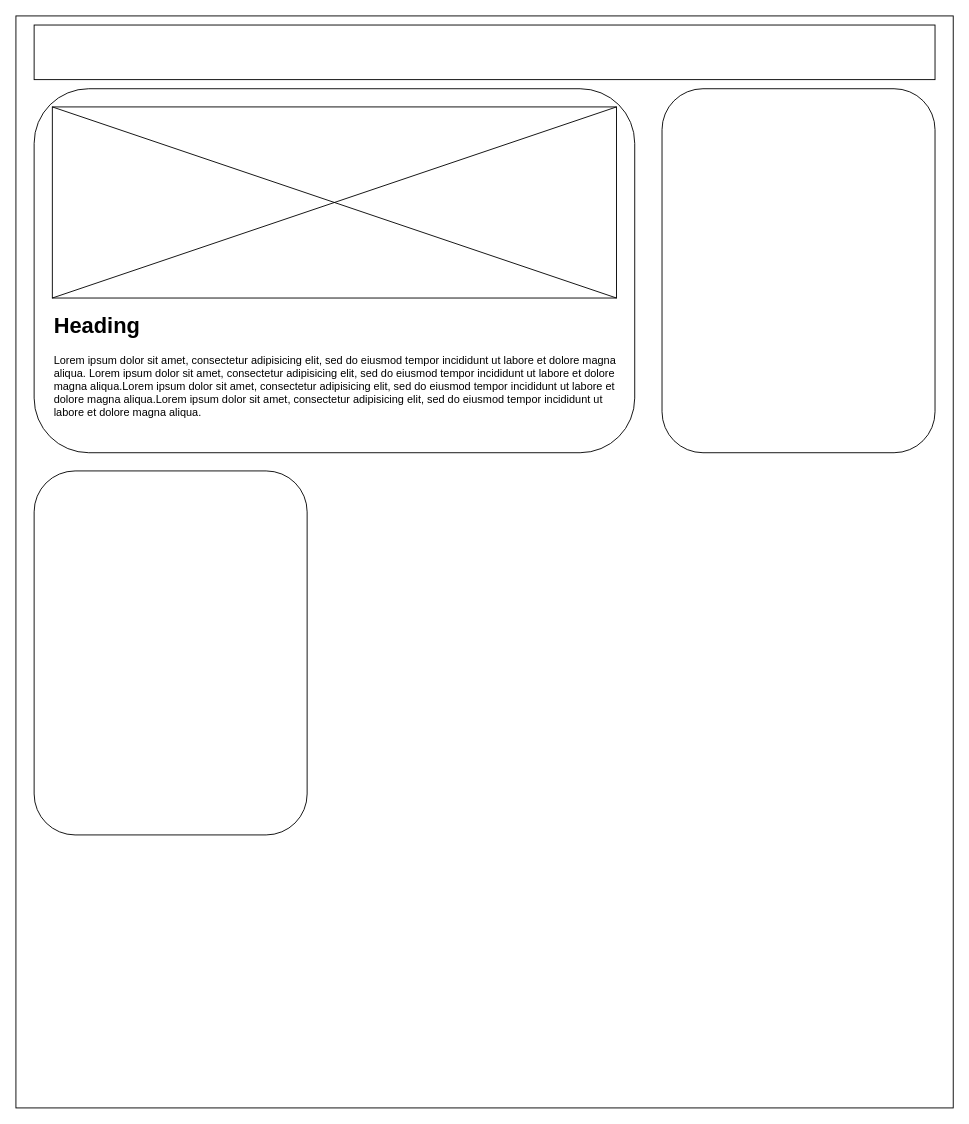
Before: docs/wireframes responsive.drawio in ThiessetFabien/ThiessetFabien.github.io, a draw.io diagram. Source tidied: cells renumbered, new cells numbered last; positions are measured from the earlier drawing's top-left corner, leaving out a move shared by most shapes. Both pictures are drawn from the tidied source at 91%, with x=0, y=0 at pixel (15, 15).
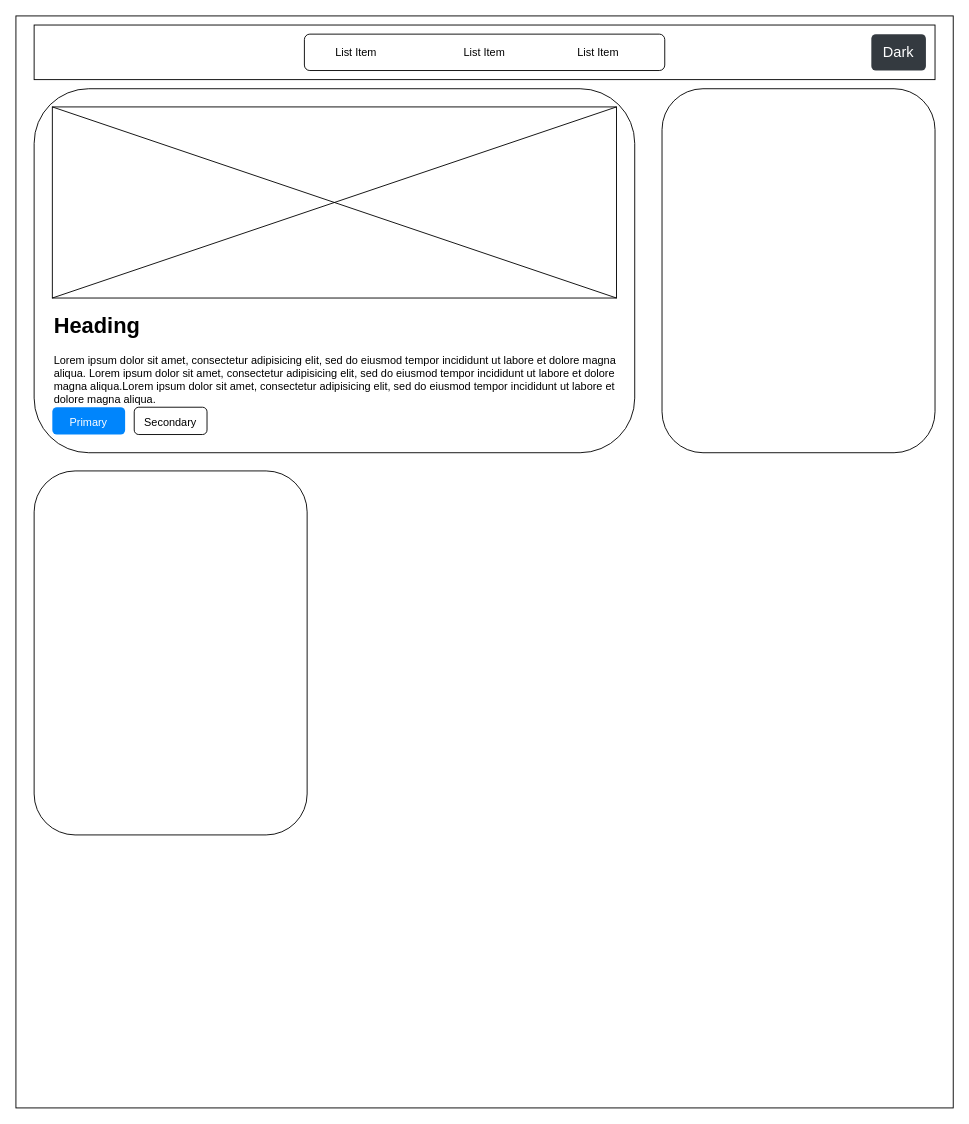
The same page after the edit.

What changed in the source:
```diff
@@
 <mxGraphModel>
   <root>
     <mxCell id="0" />
     <mxCell id="1" parent="0" />
     <mxCell id="2" style="rounded=0;whiteSpace=wrap;html=1;" parent="1" vertex="1">
       <mxGeometry width="1030" height="1200" as="geometry" />
     </mxCell>
     <mxCell id="3" style="rounded=1;whiteSpace=wrap;html=1;" parent="1" vertex="1">
       <mxGeometry x="20" y="80" width="660" height="400" as="geometry" />
     </mxCell>
     <mxCell id="4" style="rounded=1;whiteSpace=wrap;html=1;" parent="1" vertex="1">
       <mxGeometry x="20" y="500" width="300" height="400" as="geometry" />
     </mxCell>
     <mxCell id="5" style="rounded=1;whiteSpace=wrap;html=1;" parent="1" vertex="1">
       <mxGeometry x="710" y="80" width="300" height="400" as="geometry" />
     </mxCell>
     <mxCell id="6" style="rounded=0;whiteSpace=wrap;html=1;" parent="1" vertex="1">
       <mxGeometry x="20" y="10" width="990" height="60" as="geometry" />
     </mxCell>
-    <mxCell id="7" value="&lt;h1 style=&quot;margin-top: 0px;&quot;&gt;Heading&lt;/h1&gt;&lt;p&gt;Lorem ipsum dolor sit amet, consectetur adipisicing elit, sed do eiusmod tempor incididunt ut labore et dolore magna aliqua.&amp;nbsp;&lt;span style=&quot;background-color: initial;&quot;&gt;Lorem ipsum dolor sit amet, consectetur adipisicing elit, sed do eiusmod tempor incididunt ut labore et dolore magna aliqua.&lt;/span&gt;&lt;span style=&quot;background-color: initial;&quot;&gt;Lorem ipsum dolor sit amet, consectetur adipisicing elit, sed do eiusmod tempor incididunt ut labore et dolore magna aliqua.&lt;/span&gt;&lt;span style=&quot;background-color: initial;&quot;&gt;Lorem ipsum dolor sit amet, consectetur adipisicing elit, sed do eiusmod tempor incididunt ut labore et dolore magna aliqua.&lt;/span&gt;&lt;/p&gt;" style="text;html=1;whiteSpace=wrap;overflow=hidden;rounded=0;" parent="1" vertex="1">
-      <mxGeometry x="40" y="320" width="620" height="120" as="geometry" />
+    <mxCell id="7" value="&lt;h1 style=&quot;margin-top: 0px;&quot;&gt;Heading&lt;/h1&gt;&lt;p&gt;Lorem ipsum dolor sit amet, consectetur adipisicing elit, sed do eiusmod tempor incididunt ut labore et dolore magna aliqua.&amp;nbsp;&lt;span style=&quot;background-color: initial;&quot;&gt;Lorem ipsum dolor sit amet, consectetur adipisicing elit, sed do eiusmod tempor incididunt ut labore et dolore magna aliqua.&lt;/span&gt;&lt;span style=&quot;background-color: initial;&quot;&gt;Lorem ipsum dolor sit amet, consectetur adipisicing elit, sed do eiusmod tempor incididunt ut labore et dolore magna aliqua.&lt;/span&gt;&lt;/p&gt;" style="text;html=1;whiteSpace=wrap;overflow=hidden;rounded=0;" parent="1" vertex="1">
+      <mxGeometry x="40" y="320" width="620" height="110" as="geometry" />
     </mxCell>
     <mxCell id="8" style="whiteSpace=wrap;html=1;" parent="1" vertex="1">
       <mxGeometry x="40" y="100" width="620" height="210" as="geometry" />
     </mxCell>
     <mxCell id="9" style="endArrow=none;html=1;rounded=0;entryX=1;entryY=0;entryDx=0;entryDy=0;exitX=0;exitY=1;exitDx=0;exitDy=0;" parent="1" edge="1" source="8" target="8">
       <mxGeometry relative="1" as="geometry" />
     </mxCell>
     <mxCell id="10" style="endArrow=none;html=1;rounded=0;entryX=1;entryY=1;entryDx=0;entryDy=0;exitX=0;exitY=0;exitDx=0;exitDy=0;" parent="1" edge="1" source="8" target="8">
       <mxGeometry relative="1" as="geometry" />
     </mxCell>
+    <mxCell id="11" style="rounded=1;whiteSpace=wrap;html=1;" parent="1" vertex="1">
+      <mxGeometry x="317" y="20" width="396" height="40" as="geometry" />
+    </mxCell>
+    <mxCell id="12" value="List Item" style="text;strokeColor=none;fillColor=none;align=center;verticalAlign=middle;spacingLeft=4;spacingRight=4;overflow=hidden;whiteSpace=wrap;html=1;" parent="1" vertex="1">
+      <mxGeometry x="334" y="25" width="80" height="30" as="geometry" />
+    </mxCell>
+    <mxCell id="13" value="List Item" style="text;strokeColor=none;fillColor=none;align=center;verticalAlign=middle;spacingLeft=4;spacingRight=4;overflow=hidden;whiteSpace=wrap;html=1;" parent="1" vertex="1">
+      <mxGeometry x="475" y="25" width="80" height="30" as="geometry" />
+    </mxCell>
+    <mxCell id="14" value="List Item" style="text;strokeColor=none;fillColor=none;align=center;verticalAlign=middle;spacingLeft=4;spacingRight=4;overflow=hidden;whiteSpace=wrap;html=1;" parent="1" vertex="1">
+      <mxGeometry x="600" y="25" width="80" height="30" as="geometry" />
+    </mxCell>
+    <mxCell id="15" value="Dark" style="html=1;shadow=0;dashed=0;shape=mxgraph.bootstrap.rrect;rSize=5;strokeColor=none;strokeWidth=1;fillColor=#343A40;fontColor=#ffffff;whiteSpace=wrap;align=center;verticalAlign=middle;spacingLeft=0;fontStyle=0;fontSize=16;spacing=5;" parent="1" vertex="1">
+      <mxGeometry x="940" y="20" width="60" height="40" as="geometry" />
+    </mxCell>
+    <mxCell id="16" value="&lt;font style=&quot;font-size: 12px;&quot;&gt;Primary&lt;/font&gt;" style="html=1;shadow=0;dashed=0;shape=mxgraph.bootstrap.rrect;rSize=5;strokeColor=none;strokeWidth=1;fillColor=#0085FC;fontColor=#FFFFFF;whiteSpace=wrap;align=center;verticalAlign=middle;spacingLeft=0;fontStyle=0;fontSize=16;spacing=5;" parent="1" vertex="1">
+      <mxGeometry x="40" y="430" width="80" height="30" as="geometry" />
+    </mxCell>
+    <mxCell id="17" value="&lt;font style=&quot;font-size: 12px;&quot;&gt;Secondary&lt;/font&gt;" style="html=1;shadow=0;dashed=0;shape=mxgraph.bootstrap.rrect;rSize=5;strokeWidth=1;whiteSpace=wrap;align=center;verticalAlign=middle;spacingLeft=0;fontStyle=0;fontSize=16;spacing=5;" parent="1" vertex="1">
+      <mxGeometry x="130" y="430" width="80" height="30" as="geometry" />
+    </mxCell>
   </root>
 </mxGraphModel>
```
